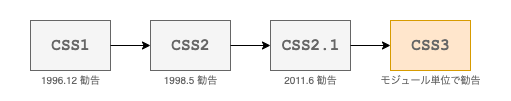
Before: docs/img-css-basic-1.png, a diagram exported from draw.io (prime-x-co-ltd/px-overview). Source tidied: cells renumbered, new cells last; positions are measured from the earlier drawing's top-left corner, leaving out a move shared by most shapes.
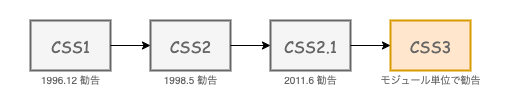
After the change.

What changed in the source:
```diff
@@ -5,16 +5,16 @@
     <mxCell id="2" style="rounded=1;whiteSpace=wrap;html=1;strokeWidth=1;fontFamily=Courier New;fontSize=23;arcSize=3;strokeColor=none;" parent="1" vertex="1">
       <mxGeometry width="510" height="100" as="geometry" />
     </mxCell>
-    <mxCell id="3" style="rounded=0;whiteSpace=wrap;html=1;strokeColor=#666666;fontFamily=Times New Roman;fontSize=19;fillColor=#f5f5f5;fontColor=#333333;" parent="1" vertex="1">
+    <mxCell id="3" style="rounded=0;whiteSpace=wrap;html=1;strokeColor=#666666;fontFamily=Times New Roman;fontSize=19;fillColor=#f5f5f5;fontColor=#333333;strokeWidth=2;" parent="1" vertex="1">
       <mxGeometry x="30" y="20" width="80" height="50" as="geometry" />
     </mxCell>
-    <mxCell id="4" style="rounded=0;whiteSpace=wrap;html=1;strokeColor=#666666;fontFamily=Times New Roman;fontSize=19;fillColor=#f5f5f5;fontColor=#333333;" parent="1" vertex="1">
+    <mxCell id="4" style="rounded=0;whiteSpace=wrap;html=1;strokeColor=#666666;fontFamily=Times New Roman;fontSize=19;fillColor=#f5f5f5;fontColor=#333333;strokeWidth=2;" parent="1" vertex="1">
       <mxGeometry x="150" y="20" width="80" height="50" as="geometry" />
     </mxCell>
-    <mxCell id="5" style="rounded=0;whiteSpace=wrap;html=1;strokeColor=#666666;fontFamily=Times New Roman;fontSize=19;fillColor=#f5f5f5;fontColor=#333333;" parent="1" vertex="1">
+    <mxCell id="5" style="rounded=0;whiteSpace=wrap;html=1;strokeColor=#666666;fontFamily=Times New Roman;fontSize=19;fillColor=#f5f5f5;fontColor=#333333;strokeWidth=2;" parent="1" vertex="1">
       <mxGeometry x="270" y="20" width="80" height="50" as="geometry" />
     </mxCell>
-    <mxCell id="6" style="rounded=0;whiteSpace=wrap;html=1;strokeColor=#d79b00;fontFamily=Times New Roman;fontSize=19;fillColor=#ffe6cc;" parent="1" vertex="1">
+    <mxCell id="6" style="rounded=0;whiteSpace=wrap;html=1;strokeColor=#d79b00;fontFamily=Times New Roman;fontSize=19;fillColor=#ffe6cc;strokeWidth=2;" parent="1" vertex="1">
       <mxGeometry x="390" y="20" width="80" height="50" as="geometry" />
     </mxCell>
     <mxCell id="7" style="endArrow=classic;html=1;fontFamily=Times New Roman;fontSize=19;fontColor=#666666;exitX=1;exitY=0.5;exitDx=0;exitDy=0;entryX=0;entryY=0.5;entryDx=0;entryDy=0;" parent="1" edge="1" source="3" target="4">
@@ -26,17 +26,17 @@
     <mxCell id="9" style="endArrow=classic;html=1;fontFamily=Times New Roman;fontSize=19;fontColor=#666666;exitX=1;exitY=0.5;exitDx=0;exitDy=0;entryX=0;entryY=0.5;entryDx=0;entryDy=0;" parent="1" edge="1" source="5" target="6">
       <mxGeometry relative="1" as="geometry" />
     </mxCell>
-    <mxCell id="10" value="CSS1" style="text;html=1;align=center;verticalAlign=middle;fillColor=none;strokeColor=none;rounded=0;fontFamily=Courier New;fontSize=16;fontColor=#666666;fontStyle=1;" parent="1" vertex="1">
+    <mxCell id="10" value="CSS1" style="text;html=1;align=center;verticalAlign=middle;fillColor=none;strokeColor=none;rounded=0;fontFamily=Comic Sans MS;fontSize=16;fontColor=#666666;fontStyle=0;" parent="1" vertex="1">
       <mxGeometry x="45" y="36" width="50" height="20" as="geometry" />
     </mxCell>
-    <mxCell id="11" value="CSS2" style="text;html=1;align=center;verticalAlign=middle;fillColor=none;strokeColor=none;rounded=0;fontFamily=Courier New;fontSize=16;fontColor=#666666;fontStyle=1;" parent="1" vertex="1">
-      <mxGeometry x="165" y="36" width="50" height="20" as="geometry" />
+    <mxCell id="11" value="CSS2" style="text;html=1;align=center;verticalAlign=middle;fillColor=none;strokeColor=none;rounded=0;fontFamily=Comic Sans MS;fontSize=16;fontColor=#666666;fontStyle=0;" parent="1" vertex="1">
+      <mxGeometry x="160" y="36" width="60" height="20" as="geometry" />
     </mxCell>
-    <mxCell id="12" value="CSS2.1" style="text;html=1;align=center;verticalAlign=middle;fillColor=none;strokeColor=none;rounded=0;fontFamily=Courier New;fontSize=16;fontColor=#666666;fontStyle=1;" parent="1" vertex="1">
+    <mxCell id="12" value="CSS2.1" style="text;html=1;align=center;verticalAlign=middle;fillColor=none;strokeColor=none;rounded=0;fontFamily=Comic Sans MS;fontSize=16;fontColor=#666666;fontStyle=0;" parent="1" vertex="1">
       <mxGeometry x="275" y="36" width="70" height="20" as="geometry" />
     </mxCell>
-    <mxCell id="13" value="CSS3" style="text;html=1;align=center;verticalAlign=middle;fillColor=none;strokeColor=none;rounded=0;fontFamily=Courier New;fontSize=16;fontColor=#666666;fontStyle=1;" parent="1" vertex="1">
-      <mxGeometry x="405" y="36" width="50" height="20" as="geometry" />
+    <mxCell id="13" value="CSS3" style="text;html=1;align=center;verticalAlign=middle;fillColor=none;strokeColor=none;rounded=0;fontFamily=Comic Sans MS;fontSize=16;fontColor=#666666;fontStyle=0;" parent="1" vertex="1">
+      <mxGeometry x="400" y="36" width="60" height="20" as="geometry" />
     </mxCell>
     <mxCell id="14" value="&lt;font style=&quot;font-size: 8px&quot;&gt;&lt;font style=&quot;font-weight: normal ; font-size: 8px&quot; face=&quot;Helvetica&quot;&gt;モジュール単位で勧告&lt;/font&gt;&lt;/font&gt;" style="text;html=1;align=center;verticalAlign=middle;fillColor=none;strokeColor=none;rounded=0;fontFamily=Courier New;fontSize=16;fontColor=#666666;fontStyle=1;" parent="1" vertex="1">
       <mxGeometry x="375" y="65" width="110" height="30" as="geometry" />
```
